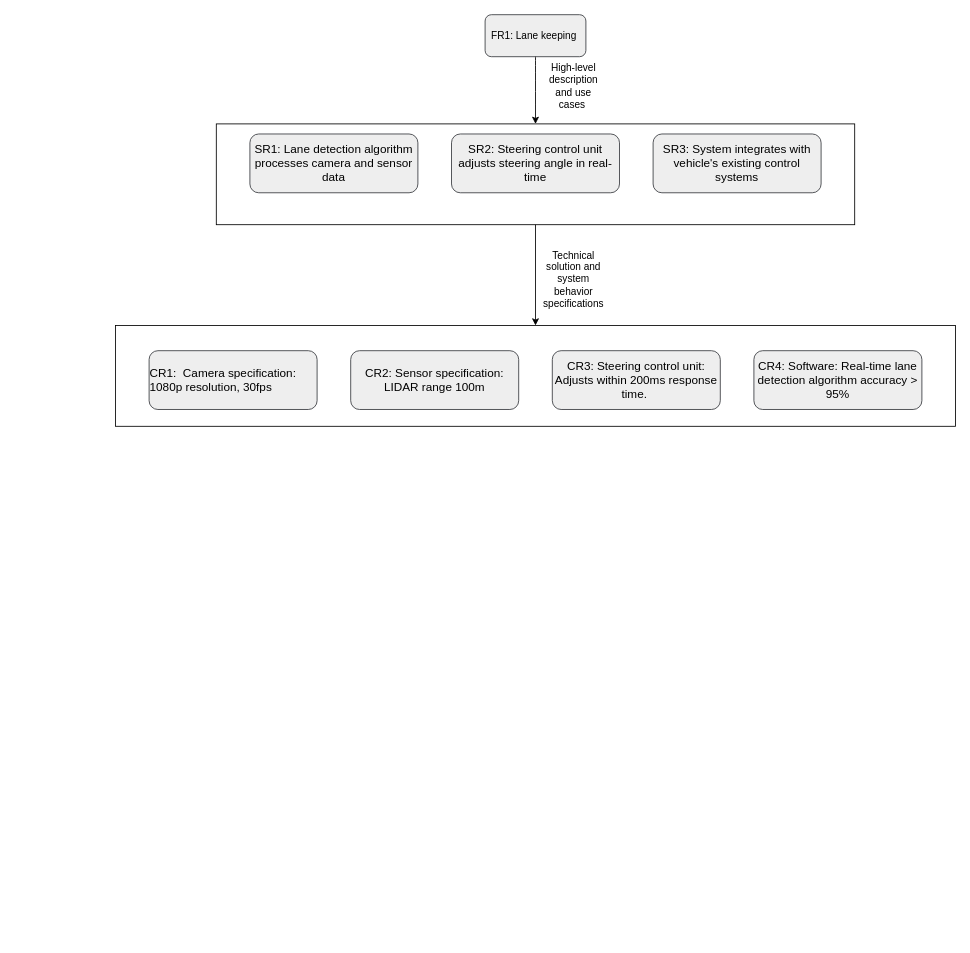
The draw.io diagram page "Page-1" (1 of 2) of Lane Keeping.drawio in amnapir/Figures, before the edit. Source tidied: cells renumbered, new cells numbered last; positions are measured from the earlier drawing's top-left corner, leaving out a move shared by most shapes. Both pictures are drawn from the tidied source at 84%, with x=0, y=0 at pixel (115, 14).
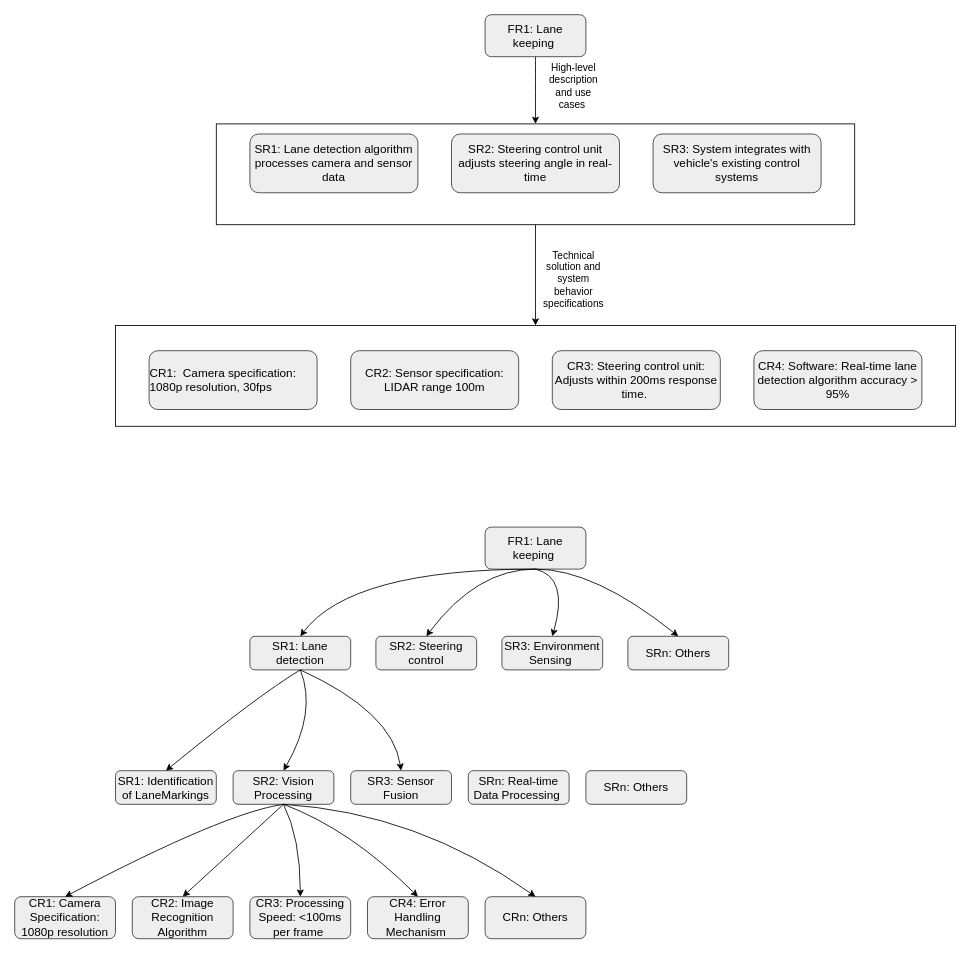
The same page after the edit.

What changed in the source:
```diff
@@
-    <mxCell id="2" value="&lt;font style=&quot;font-size: 12px;&quot; face=&quot;Helvetica&quot;&gt;FR1: Lane keeping&amp;nbsp;&lt;/font&gt;" style="rounded=1;whiteSpace=wrap;html=1;fillColor=#eeeeee;strokeColor=#36393d;" parent="1" vertex="1">
+    <mxCell id="2" value="&lt;font style=&quot;font-size: 14px;&quot; face=&quot;Helvetica&quot;&gt;FR1: Lane keeping&amp;nbsp;&lt;/font&gt;" style="rounded=1;whiteSpace=wrap;html=1;fillColor=#eeeeee;strokeColor=#36393d;" parent="1" vertex="1">
       <mxGeometry x="440" width="120" height="50" as="geometry" />
     </mxCell>
@@
+    <mxCell id="16" value="&lt;font style=&quot;font-size: 14px;&quot; face=&quot;Helvetica&quot;&gt;FR1: Lane keeping&amp;nbsp;&lt;/font&gt;" style="rounded=1;whiteSpace=wrap;html=1;fillColor=#eeeeee;strokeColor=#36393d;" parent="1" vertex="1">
+      <mxGeometry x="440" y="610" width="120" height="50" as="geometry" />
+    </mxCell>
+    <mxCell id="17" value="&lt;font style=&quot;font-size: 14px;&quot; face=&quot;Helvetica&quot;&gt;SR2:&amp;nbsp;&lt;span style=&quot;text-align: start;&quot;&gt;Steering control&lt;/span&gt;&lt;/font&gt;" style="rounded=1;whiteSpace=wrap;html=1;fillColor=#eeeeee;strokeColor=#36393d;" parent="1" vertex="1">
+      <mxGeometry x="310" y="740" width="120" height="40" as="geometry" />
+    </mxCell>
+    <mxCell id="18" value="&lt;font style=&quot;font-size: 14px;&quot; face=&quot;Helvetica&quot;&gt;&lt;span style=&quot;text-align: start;&quot;&gt;SR3:&amp;nbsp;&lt;/span&gt;&lt;span style=&quot;text-align: start;&quot;&gt;Environment Sensing&lt;/span&gt;&lt;span style=&quot;text-align: start;&quot;&gt;&amp;nbsp;&lt;/span&gt;&lt;/font&gt;" style="rounded=1;whiteSpace=wrap;html=1;fillColor=#eeeeee;strokeColor=#36393d;" parent="1" vertex="1">
+      <mxGeometry x="460" y="740" width="120" height="40" as="geometry" />
+    </mxCell>
+    <mxCell id="19" value="&lt;font style=&quot;font-size: 14px;&quot; face=&quot;Helvetica&quot;&gt;SR1:&amp;nbsp;&lt;span style=&quot;text-align: start;&quot;&gt;Lane detection&lt;/span&gt;&lt;/font&gt;" style="rounded=1;whiteSpace=wrap;html=1;fillColor=#eeeeee;strokeColor=#36393d;" parent="1" vertex="1">
+      <mxGeometry x="160" y="740" width="120" height="40" as="geometry" />
+    </mxCell>
+    <mxCell id="20" style="curved=1;endArrow=classic;html=1;rounded=0;entryX=0.5;entryY=0;entryDx=0;entryDy=0;exitX=0.5;exitY=1;exitDx=0;exitDy=0;" parent="1" edge="1" source="16" target="19">
+      <mxGeometry relative="1" as="geometry">
+        <Array as="points">
+          <mxPoint x="280" y="660" />
+        </Array>
+      </mxGeometry>
+    </mxCell>
+    <mxCell id="21" style="curved=1;endArrow=classic;html=1;rounded=0;exitX=0.5;exitY=1;exitDx=0;exitDy=0;entryX=0.5;entryY=0;entryDx=0;entryDy=0;" parent="1" edge="1" source="16" target="18">
+      <mxGeometry relative="1" as="geometry">
+        <Array as="points">
+          <mxPoint x="540" y="670" />
+        </Array>
+      </mxGeometry>
+    </mxCell>
+    <mxCell id="22" style="curved=1;endArrow=classic;html=1;rounded=0;exitX=0.5;exitY=1;exitDx=0;exitDy=0;entryX=0.5;entryY=0;entryDx=0;entryDy=0;" parent="1" edge="1" source="16" target="17">
+      <mxGeometry relative="1" as="geometry">
+        <Array as="points">
+          <mxPoint x="430" y="660" />
+        </Array>
+      </mxGeometry>
+    </mxCell>
+    <mxCell id="23" value="&lt;font style=&quot;font-size: 14px;&quot; face=&quot;Helvetica&quot;&gt;SR1: Identification of LaneMarkings&lt;/font&gt;" style="rounded=1;whiteSpace=wrap;html=1;fillColor=#eeeeee;strokeColor=#36393d;" parent="1" vertex="1">
+      <mxGeometry y="900" width="120" height="40" as="geometry" />
+    </mxCell>
+    <mxCell id="24" value="&lt;font style=&quot;font-size: 14px;&quot;&gt;SR2: Vision Processing&lt;/font&gt;" style="rounded=1;whiteSpace=wrap;html=1;fillColor=#eeeeee;strokeColor=#36393d;" parent="1" vertex="1">
+      <mxGeometry x="140" y="900" width="120" height="40" as="geometry" />
+    </mxCell>
+    <mxCell id="25" value="&lt;font style=&quot;font-size: 14px;&quot; face=&quot;Helvetica&quot;&gt;SR3:&amp;nbsp;&lt;span style=&quot;text-align: start;&quot;&gt;Sensor Fusion&lt;/span&gt;&lt;/font&gt;" style="rounded=1;whiteSpace=wrap;html=1;fillColor=#eeeeee;strokeColor=#36393d;" parent="1" vertex="1">
+      <mxGeometry x="280" y="900" width="120" height="40" as="geometry" />
+    </mxCell>
+    <mxCell id="26" style="curved=1;endArrow=classic;html=1;rounded=0;exitX=0.5;exitY=1;exitDx=0;exitDy=0;entryX=0.5;entryY=0;entryDx=0;entryDy=0;" parent="1" edge="1" source="19" target="23">
+      <mxGeometry relative="1" as="geometry">
+        <Array as="points">
+          <mxPoint x="170" y="810" />
+        </Array>
+      </mxGeometry>
+    </mxCell>
+    <mxCell id="27" style="curved=1;endArrow=classic;html=1;rounded=0;entryX=0.5;entryY=0;entryDx=0;entryDy=0;exitX=0.5;exitY=1;exitDx=0;exitDy=0;" parent="1" edge="1" source="19" target="24">
+      <mxGeometry relative="1" as="geometry">
+        <Array as="points">
+          <mxPoint x="240" y="830" />
+        </Array>
+      </mxGeometry>
+    </mxCell>
+    <mxCell id="28" style="curved=1;endArrow=classic;html=1;rounded=0;exitX=0.5;exitY=1;exitDx=0;exitDy=0;entryX=0.5;entryY=0;entryDx=0;entryDy=0;" parent="1" edge="1" source="19" target="25">
+      <mxGeometry relative="1" as="geometry">
+        <Array as="points">
+          <mxPoint x="330" y="830" />
+        </Array>
+      </mxGeometry>
+    </mxCell>
+    <mxCell id="29" value="&lt;font style=&quot;font-size: 14px;&quot; face=&quot;Helvetica&quot;&gt;&lt;span style=&quot;text-align: start;&quot;&gt;SRn: Others&lt;/span&gt;&lt;/font&gt;" style="rounded=1;whiteSpace=wrap;html=1;fillColor=#eeeeee;strokeColor=#36393d;" parent="1" vertex="1">
+      <mxGeometry x="610" y="740" width="120" height="40" as="geometry" />
+    </mxCell>
+    <mxCell id="30" style="curved=1;endArrow=classic;html=1;rounded=0;exitX=0.5;exitY=1;exitDx=0;exitDy=0;entryX=0.5;entryY=0;entryDx=0;entryDy=0;" parent="1" edge="1" source="16" target="29">
+      <mxGeometry relative="1" as="geometry">
+        <Array as="points">
+          <mxPoint x="570" y="660" />
+        </Array>
+      </mxGeometry>
+    </mxCell>
+    <mxCell id="31" value="&lt;font style=&quot;font-size: 14px;&quot;&gt;SRn:&amp;nbsp;&lt;span style=&quot;text-align: start;&quot;&gt;Real-time Data Processing&amp;nbsp;&lt;/span&gt;&lt;/font&gt;" style="rounded=1;whiteSpace=wrap;html=1;fillColor=#eeeeee;strokeColor=#36393d;" parent="1" vertex="1">
+      <mxGeometry x="420" y="900" width="120" height="40" as="geometry" />
+    </mxCell>
+    <mxCell id="32" value="&lt;font style=&quot;font-size: 14px;&quot; face=&quot;Helvetica&quot;&gt;SRn: Others&lt;/font&gt;" style="rounded=1;whiteSpace=wrap;html=1;fillColor=#eeeeee;strokeColor=#36393d;" parent="1" vertex="1">
+      <mxGeometry x="560" y="900" width="120" height="40" as="geometry" />
+    </mxCell>
+    <mxCell id="33" value="&lt;font style=&quot;font-size: 14px;&quot;&gt;CR1:&amp;nbsp;&lt;span style=&quot;text-align: start;&quot;&gt;Camera Specification: 1080p resolution&lt;/span&gt;&lt;/font&gt;" style="rounded=1;whiteSpace=wrap;html=1;fillColor=#eeeeee;strokeColor=#36393d;" parent="1" vertex="1">
+      <mxGeometry x="-120" y="1050" width="120" height="50" as="geometry" />
+    </mxCell>
+    <mxCell id="34" value="&lt;font style=&quot;font-size: 14px;&quot;&gt;&lt;font&gt;CR2:&amp;nbsp;&lt;/font&gt;&lt;span style=&quot;text-align: start;&quot;&gt;Image Recognition Algorithm&lt;/span&gt;&lt;/font&gt;" style="rounded=1;whiteSpace=wrap;html=1;fillColor=#eeeeee;strokeColor=#36393d;" parent="1" vertex="1">
+      <mxGeometry x="20" y="1050" width="120" height="50" as="geometry" />
+    </mxCell>
+    <mxCell id="35" value="&lt;font style=&quot;font-size: 14px;&quot; face=&quot;Helvetica&quot;&gt;&lt;font&gt;CR3:&amp;nbsp;&lt;/font&gt;&lt;span style=&quot;text-align: start;&quot;&gt;Processing Speed: &amp;lt;100ms per frame&amp;nbsp;&lt;/span&gt;&lt;/font&gt;" style="rounded=1;whiteSpace=wrap;html=1;fillColor=#eeeeee;strokeColor=#36393d;" parent="1" vertex="1">
+      <mxGeometry x="160" y="1050" width="120" height="50" as="geometry" />
+    </mxCell>
+    <mxCell id="36" value="&lt;font style=&quot;font-size: 14px;&quot; face=&quot;Helvetica&quot;&gt;CR4:&amp;nbsp;&lt;span style=&quot;text-align: start;&quot;&gt;Error Handling Mechanism&lt;/span&gt;&lt;span style=&quot;text-align: start;&quot;&gt;&amp;nbsp;&lt;/span&gt;&lt;/font&gt;" style="rounded=1;whiteSpace=wrap;html=1;fillColor=#eeeeee;strokeColor=#36393d;" parent="1" vertex="1">
+      <mxGeometry x="300" y="1050" width="120" height="50" as="geometry" />
+    </mxCell>
+    <mxCell id="37" value="&lt;font style=&quot;font-size: 14px;&quot; face=&quot;Helvetica&quot;&gt;CRn: Others&lt;/font&gt;" style="rounded=1;whiteSpace=wrap;html=1;fillColor=#eeeeee;strokeColor=#36393d;" parent="1" vertex="1">
+      <mxGeometry x="440" y="1050" width="120" height="50" as="geometry" />
+    </mxCell>
+    <mxCell id="38" style="curved=1;endArrow=classic;html=1;rounded=0;entryX=0.5;entryY=0;entryDx=0;entryDy=0;exitX=0.5;exitY=1;exitDx=0;exitDy=0;" parent="1" edge="1" source="24" target="33">
+      <mxGeometry relative="1" as="geometry">
+        <Array as="points">
+          <mxPoint x="130" y="950" />
+        </Array>
+      </mxGeometry>
+    </mxCell>
+    <mxCell id="39" style="curved=1;endArrow=classic;html=1;rounded=0;entryX=0.5;entryY=0;entryDx=0;entryDy=0;exitX=0.5;exitY=1;exitDx=0;exitDy=0;" parent="1" edge="1" source="24" target="34">
+      <mxGeometry relative="1" as="geometry" />
+    </mxCell>
+    <mxCell id="40" style="curved=1;endArrow=classic;html=1;rounded=0;entryX=0.5;entryY=0;entryDx=0;entryDy=0;exitX=0.5;exitY=1;exitDx=0;exitDy=0;" parent="1" edge="1" source="24" target="35">
+      <mxGeometry relative="1" as="geometry">
+        <Array as="points">
+          <mxPoint x="220" y="980" />
+        </Array>
+      </mxGeometry>
+    </mxCell>
+    <mxCell id="41" style="curved=1;endArrow=classic;html=1;rounded=0;entryX=0.5;entryY=0;entryDx=0;entryDy=0;exitX=0.5;exitY=1;exitDx=0;exitDy=0;" parent="1" edge="1" source="24" target="36">
+      <mxGeometry relative="1" as="geometry">
+        <Array as="points">
+          <mxPoint x="280" y="970" />
+        </Array>
+      </mxGeometry>
+    </mxCell>
+    <mxCell id="42" style="curved=1;endArrow=classic;html=1;rounded=0;entryX=0.5;entryY=0;entryDx=0;entryDy=0;exitX=0.5;exitY=1;exitDx=0;exitDy=0;" parent="1" edge="1" source="24" target="37">
+      <mxGeometry relative="1" as="geometry">
+        <Array as="points">
+          <mxPoint x="360" y="950" />
+        </Array>
+      </mxGeometry>
+    </mxCell>
```
